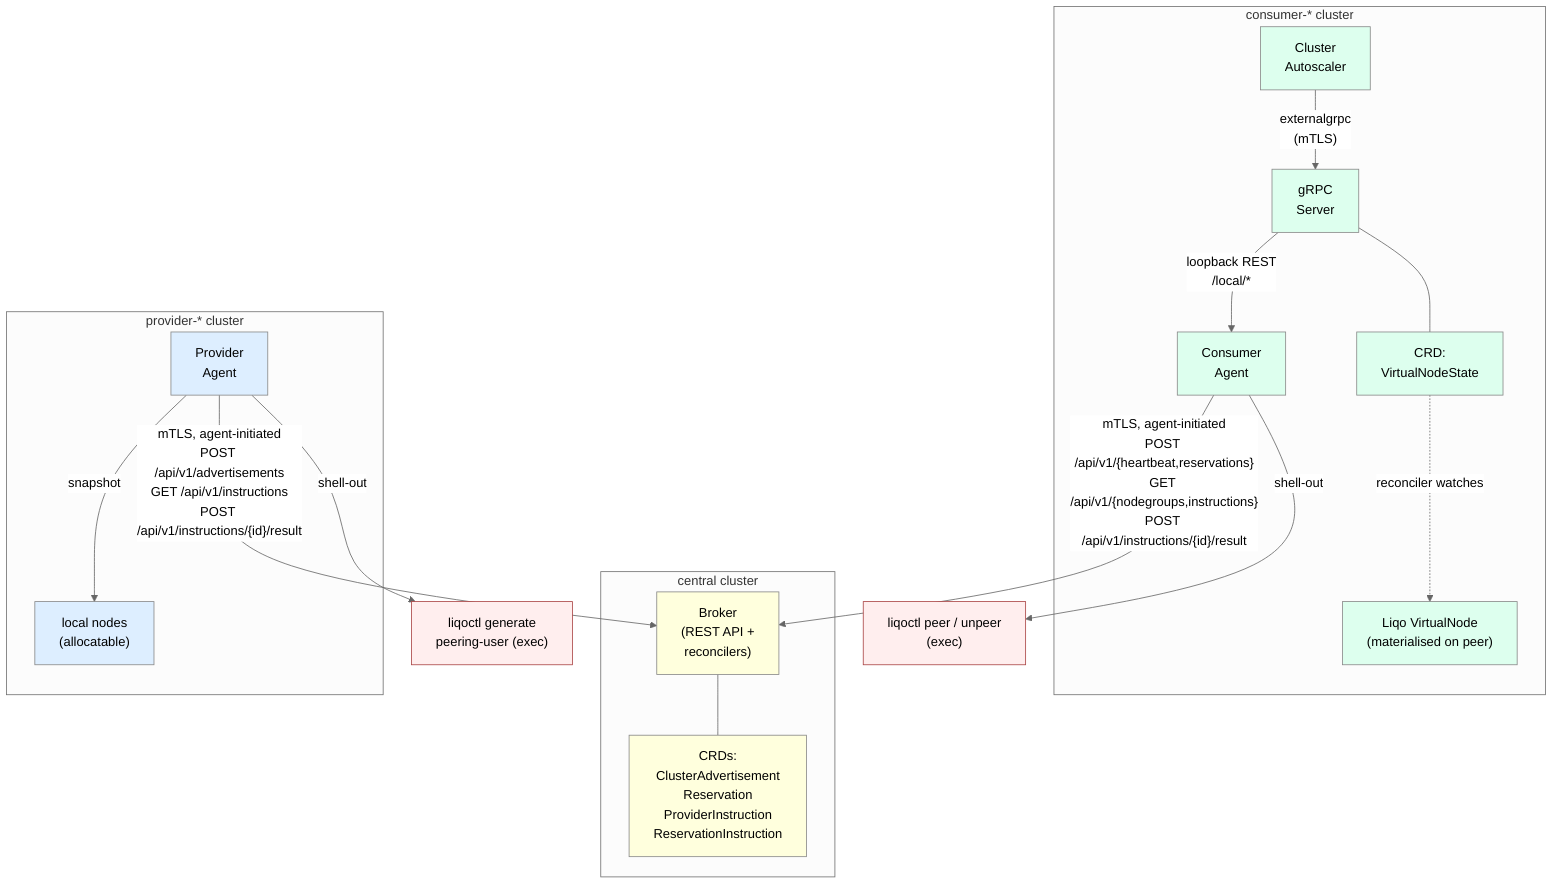
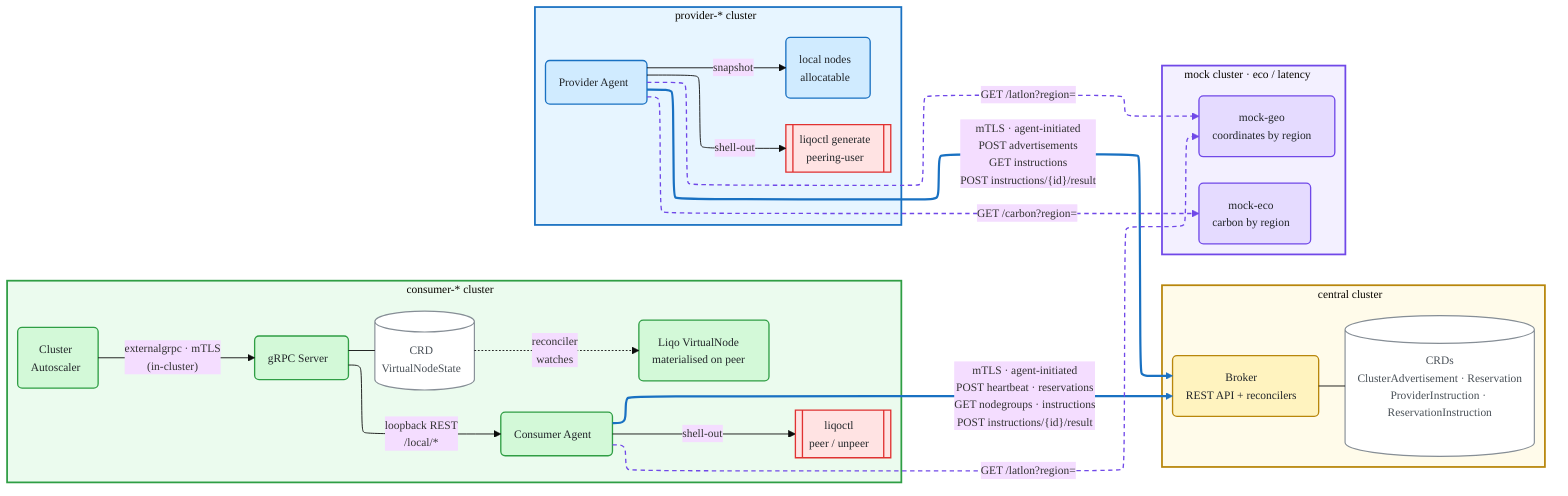
- %%{init: {'theme': 'neutral'}}%%
+ %%{init: {'theme': 'base', 'layout': 'elk', 'themeVariables': {'fontSize': '13px', 'fontFamily': 'Helvetica, Arial, sans-serif'}, 'flowchart': {'curve': 'basis', 'nodeSpacing': 55, 'rankSpacing': 70}}}%%
%% docs/design.md §3 — system overview (as-built).
- %% Captures the asymmetric communication model and the three-binary split.
- %% Regenerate the PNG with: mmdc -i architecture.mmd -o architecture-diagram.png
- flowchart TB
+ %% Layout (flowchart LR, ELK engine): the consumer and provider clusters (left)
+ %% initiate ALL traffic to the right — to the central broker and, for the
+ %% eco/latency strategies, to the mock cluster. Arrows point in the direction
+ %% each call is made; the broker never dials an agent, so no arrow points back
+ %% (right-to-left) into a cluster. Each cluster owns its own liqoctl exec.
+ %% LR keeps the diagram wide-and-short (the consumer's CA->gRPC->Agent chain runs
+ %% horizontally) so it reads in one glance. Uses the ELK layout engine
+ %% ('layout':'elk'), bundled in recent @mermaid-js/mermaid-cli.
+ %% Regenerate the PNG with:
+ %%   mmdc -i architecture.mmd -o architecture-diagram.png --backgroundColor white -s 3
+ flowchart LR
+     %% ===== top row: central (centre) + mock (right) =====
    subgraph Central["central cluster"]
-         Bk["Broker<br/>(REST API +<br/>reconcilers)"]
-         BkCRD["CRDs:<br/>ClusterAdvertisement<br/>Reservation<br/>ProviderInstruction<br/>ReservationInstruction"]
+         Bk("Broker<br/>REST API + reconcilers")
+         BkCRD[("CRDs<br/>ClusterAdvertisement · Reservation<br/>ProviderInstruction · ReservationInstruction")]
        Bk --- BkCRD
    end

+     subgraph Mock["mock cluster · eco / latency"]
+         direction LR
+         MockEco("mock-eco<br/>carbon by region")
+         MockGeo("mock-geo<br/>coordinates by region")
+     end
+ 
+     %% ===== bottom row: consumer (left) + provider (right) =====
    subgraph Consumer["consumer-* cluster"]
-         CAg["Consumer<br/>Agent"]
-         GS["gRPC<br/>Server"]
-         CA["Cluster<br/>Autoscaler"]
-         VNS["CRD:<br/>VirtualNodeState"]
-         VN["Liqo VirtualNode<br/>(materialised on peer)"]
-         CA -- "externalgrpc<br/>(mTLS)" --> GS
+         CA("Cluster<br/>Autoscaler")
+         GS("gRPC Server")
+         CAg("Consumer Agent")
+         VNS[("CRD<br/>VirtualNodeState")]
+         VN("Liqo VirtualNode<br/>materialised on peer")
+         LqC[["liqoctl<br/>peer / unpeer"]]
+         CA -- "externalgrpc · mTLS<br/>(in-cluster)" --> GS
        GS -- "loopback REST<br/>/local/*" --> CAg
        GS --- VNS
-         VNS -. reconciler watches .-> VN
+         VNS -. reconciler<br/>watches .-> VN
+         CAg -- shell-out --> LqC
    end

    subgraph Provider["provider-* cluster"]
-         PAg["Provider<br/>Agent"]
-         Nodes["local nodes<br/>(allocatable)"]
+         PAg("Provider Agent")
+         Nodes("local nodes<br/>allocatable")
+         LqP[["liqoctl generate<br/>peering-user"]]
        PAg -- snapshot --> Nodes
+         PAg -- shell-out --> LqP
    end

-     Lq1["liqoctl peer / unpeer<br/>(exec)"]
-     Lq2["liqoctl generate<br/>peering-user (exec)"]
+     %% ===== cross-cluster: agent-initiated only (arrow = direction of the call) =====
+     CAg == "mTLS · agent-initiated<br/>POST heartbeat · reservations<br/>GET nodegroups · instructions<br/>POST instructions/{id}/result" ==> Bk
+     PAg == "mTLS · agent-initiated<br/>POST advertisements<br/>GET instructions<br/>POST instructions/{id}/result" ==> Bk

-     CAg -- "mTLS, agent-initiated<br/>POST /api/v1/{heartbeat,reservations}<br/>GET /api/v1/{nodegroups,instructions}<br/>POST /api/v1/instructions/{id}/result" --> Bk
-     PAg -- "mTLS, agent-initiated<br/>POST /api/v1/advertisements<br/>GET /api/v1/instructions<br/>POST /api/v1/instructions/{id}/result" --> Bk
+     %% region-keyed mock fetches — plain HTTP, agent-initiated, best-effort
+     PAg -. "GET /carbon?region=" .-> MockEco
+     PAg -. "GET /latlon?region=" .-> MockGeo
+     CAg -. "GET /latlon?region=" .-> MockGeo

-     CAg -- shell-out --> Lq1
-     PAg -- shell-out --> Lq2
+     %% ===== styling =====
+     classDef central  fill:#fff3bf,stroke:#b8860b,stroke-width:1.5px,color:#212529
+     classDef consumer fill:#d3f9d8,stroke:#2f9e44,stroke-width:1.5px,color:#212529
+     classDef provider fill:#d0ebff,stroke:#1971c2,stroke-width:1.5px,color:#212529
+     classDef mock     fill:#e5dbff,stroke:#7048e8,stroke-width:1.5px,color:#212529
+     classDef crd      fill:#ffffff,stroke:#868e96,stroke-width:1.3px,color:#495057
+     classDef exec     fill:#ffe3e3,stroke:#e03131,stroke-width:1.5px,color:#212529
+     class Bk central
+     class CA,GS,CAg,VN consumer
+     class PAg,Nodes provider
+     class MockEco,MockGeo mock
+     class BkCRD,VNS crd
+     class LqC,LqP exec

-     %% Broker NEVER dials agents — emphasised by absent arrow in the
-     %% opposite direction.
-     classDef central fill:#ffd,stroke:#888,stroke-width:1px
-     classDef consumer fill:#dfe,stroke:#888,stroke-width:1px
-     classDef provider fill:#def,stroke:#888,stroke-width:1px
-     classDef exec fill:#fee,stroke:#a44,stroke-width:1px
-     class Bk,BkCRD central
-     class CAg,GS,CA,VNS,VN consumer
-     class PAg,Nodes provider
-     class Lq1,Lq2 exec
+     style Central  fill:#fffbea,stroke:#b8860b,stroke-width:2px
+     style Mock     fill:#f3f0ff,stroke:#7048e8,stroke-width:2px
+     style Consumer fill:#ebfbee,stroke:#2f9e44,stroke-width:2px
+     style Provider fill:#e7f5ff,stroke:#1971c2,stroke-width:2px
+ 
+     linkStyle 8,9 stroke:#1971c2,stroke-width:2.5px
+     linkStyle 10,11,12 stroke:#7048e8,stroke-width:1.5px,stroke-dasharray:5 4
